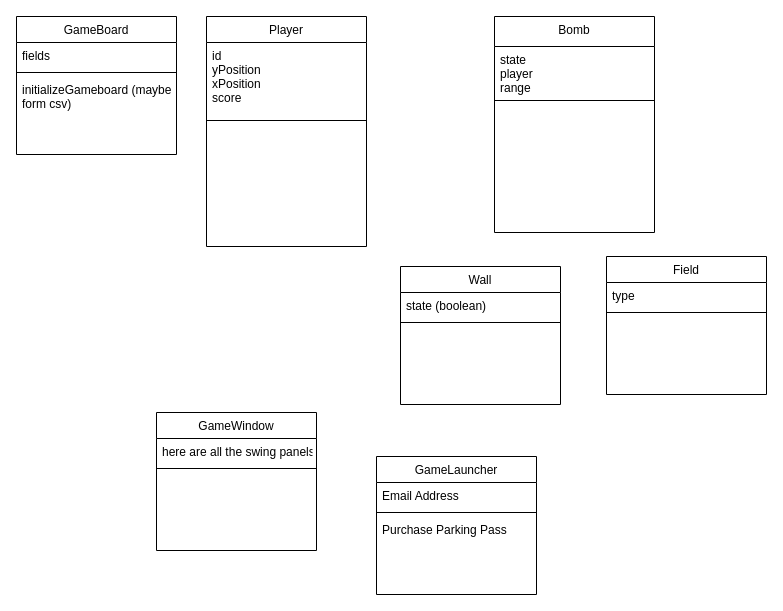
Earlier version of the draw.io diagram bomberman_classes.drawio (j4n-r/OOP2_Bomberman). Source tidied: cells renumbered, new cells numbered last; positions are measured from the earlier drawing's top-left corner, leaving out a move shared by most shapes. Both pictures are drawn from the tidied source at 100%, with x=0, y=0 at pixel (16, 16).
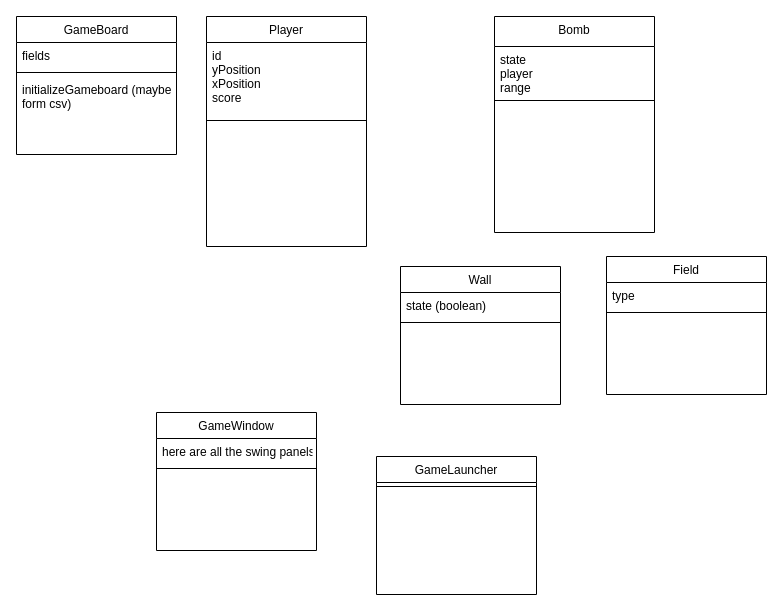
After the change.

Unchanged cells that the change refers to:
```xml
<mxCell id="18" value="GameLauncher" style="swimlane;fontStyle=0;align=center;verticalAlign=top;horizontal=1;startSize=26;rounded=0;shadow=0;strokeWidth=1;" parent="1" vertex="1">
  <mxGeometry x="360" y="440" width="160" height="138" as="geometry" />
</mxCell>
```

Diff of the diagram source:
```diff
@@
-    <mxCell id="19" value="Email Address" style="text;align=left;verticalAlign=top;spacingLeft=4;spacingRight=4;overflow=hidden;rounded=0;shadow=0;html=0;" parent="18" vertex="1">
-      <mxGeometry y="26" width="160" height="26" as="geometry" />
-    </mxCell>
     <mxCell id="20" style="line;html=1;strokeWidth=1;align=left;verticalAlign=middle;spacingTop=-1;spacingLeft=3;spacingRight=3;labelPosition=right;" parent="18" vertex="1">
-      <mxGeometry y="52" width="160" height="8" as="geometry" />
+      <mxGeometry y="26" width="160" height="8" as="geometry" />
     </mxCell>
-    <mxCell id="21" value="Purchase Parking Pass" style="text;align=left;verticalAlign=top;spacingLeft=4;spacingRight=4;overflow=hidden;" parent="18" vertex="1">
-      <mxGeometry y="60" width="160" height="26" as="geometry" />
-    </mxCell>
```
